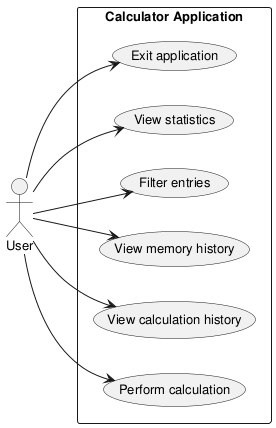
The PlantUML diagram experiments/broadcast/user_stories/calculator/artifacts/use_case_diagram.png in DanielRiha8906/Software_autoevolution_using_agents, before a commit.
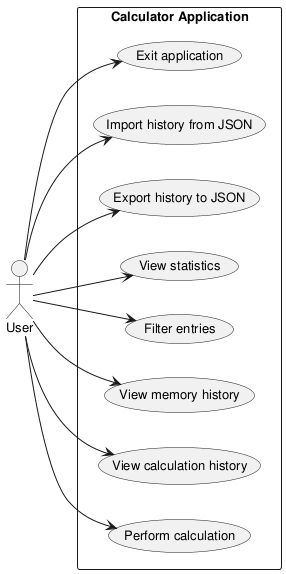
The same file after the commit.

What changed in the source:
```diff
@@ -12,6 +12,8 @@
     usecase "View memory history" as UC_MemHistory
     usecase "Filter entries" as UC_Filter
     usecase "View statistics" as UC_Stats
+    usecase "Export history to JSON" as UC_Export
+    usecase "Import history from JSON" as UC_Import
     usecase "Exit application" as UC_Exit
 
 }
@@ -21,6 +23,8 @@
 User --> UC_MemHistory
 User --> UC_Filter
 User --> UC_Stats
+User --> UC_Export
+User --> UC_Import
 User --> UC_Exit
 
 @enduml
```
